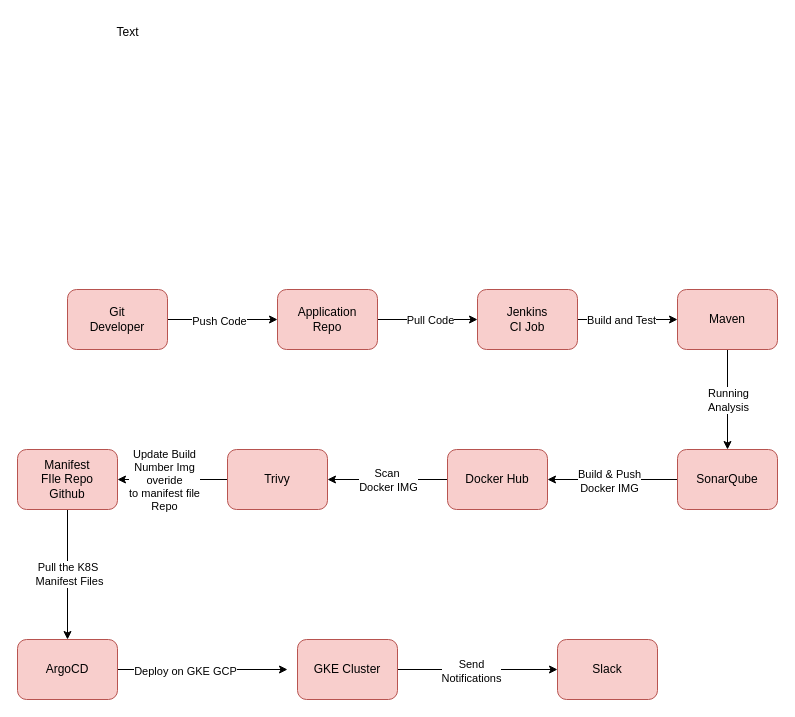
chandrafebrian/chandrafebrian keeps this draw.io diagram as CI/CD-flow-architechture.drawio. Above is the earlier version. Source tidied: cells renumbered, new cells numbered last; positions are measured from the earlier drawing's top-left corner, leaving out a move shared by most shapes. Both pictures are drawn from the tidied source at 100%, with x=0, y=0 at pixel (17, 17).
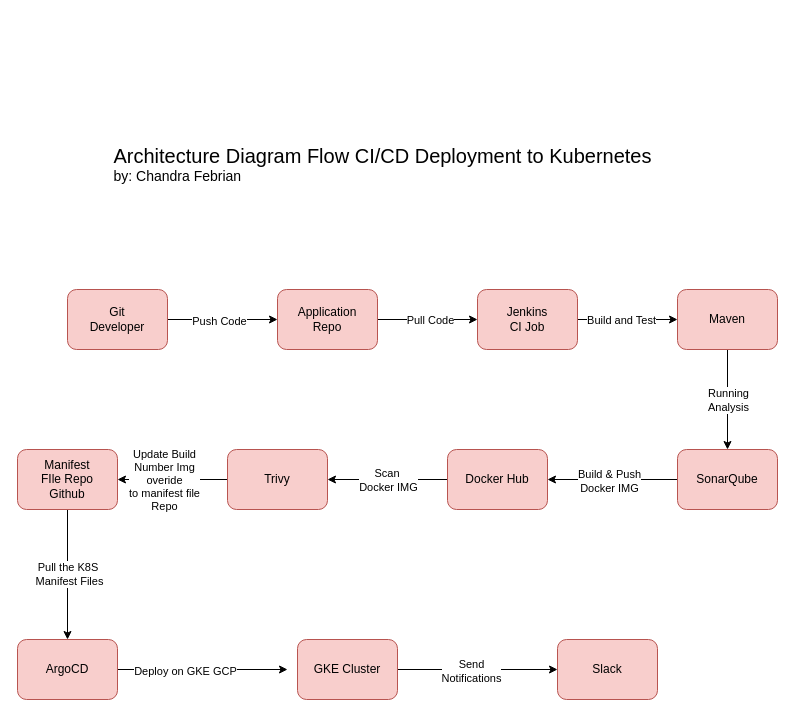
The same diagram, later.

Diff of the diagram source:
```diff
@@
-    <mxCell id="34" value="Text" style="text;html=1;align=center;verticalAlign=middle;strokeColor=none;fillColor=none;" parent="1" vertex="1">
-      <mxGeometry x="85" width="50" height="30" as="geometry" />
+    <mxCell id="34" value="&lt;font style=&quot;font-size: 20px;&quot;&gt;Architecture Diagram Flow CI/CD Deployment to Kubernetes&lt;/font&gt;&lt;div style=&quot;text-align: left;&quot;&gt;&lt;font style=&quot;font-size: 14px;&quot;&gt;by: Chandra Febrian&lt;/font&gt;&lt;/div&gt;" style="text;html=1;align=center;verticalAlign=middle;strokeColor=none;fillColor=none;" parent="1" vertex="1">
+      <mxGeometry x="85" y="122" width="560" height="50" as="geometry" />
     </mxCell>
```
